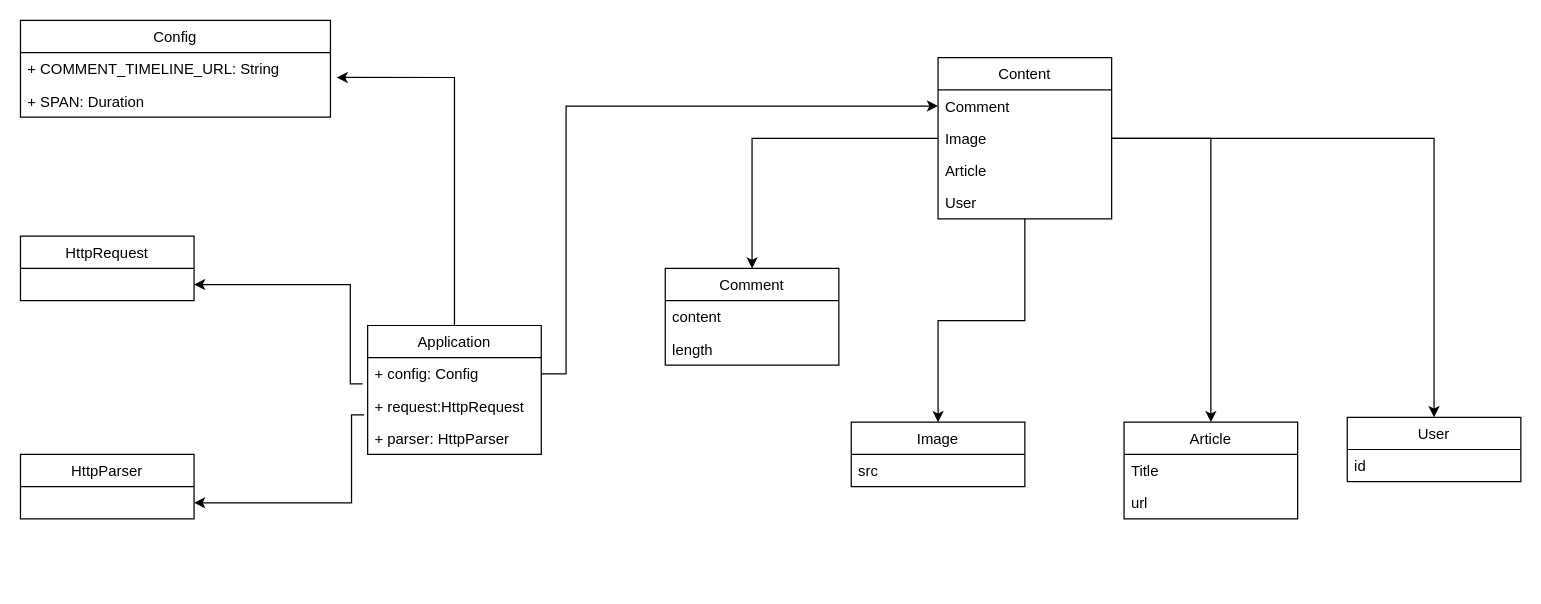
TOnodera/yahoo-timeline-cli keeps this draw.io diagram as docs/UML.drawio. Above is the earlier version. Source tidied: cells renumbered, new cells numbered last; positions are measured from the earlier drawing's top-left corner, leaving out a move shared by most shapes. Both pictures are drawn from the tidied source at 124%, with x=0, y=0 at pixel (20, 20).
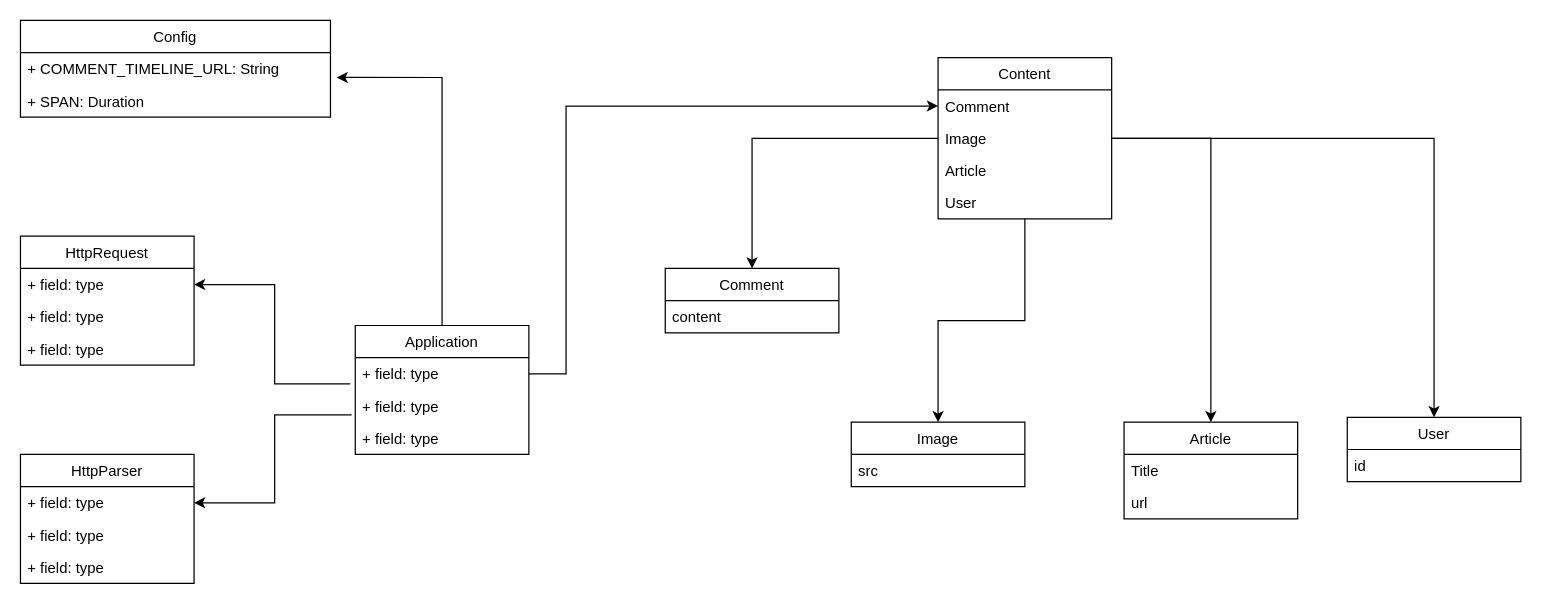
Above is the later version.

What changed in the source:
```diff
@@
     <mxCell id="2" value="HttpRequest" style="swimlane;fontStyle=0;horizontal=1;startSize=26;fillColor=none;" parent="1" vertex="1">
-      <mxGeometry y="174" width="140" height="52" as="geometry" />
+      <mxGeometry y="174" width="140" height="104" as="geometry" />
     </mxCell>
+    <mxCell id="34" value="+ field: type" style="text;strokeColor=none;fillColor=none;align=left;verticalAlign=top;spacingLeft=4;spacingRight=4;overflow=hidden;points=[[0,0.5],[1,0.5]];portConstraint=eastwest;" parent="2" vertex="1">
+      <mxGeometry y="26" width="140" height="26" as="geometry" />
+    </mxCell>
+    <mxCell id="35" value="+ field: type" style="text;strokeColor=none;fillColor=none;align=left;verticalAlign=top;spacingLeft=4;spacingRight=4;overflow=hidden;" parent="2" vertex="1">
+      <mxGeometry y="52" width="140" height="26" as="geometry" />
+    </mxCell>
+    <mxCell id="36" value="+ field: type" style="text;strokeColor=none;fillColor=none;align=left;verticalAlign=top;spacingLeft=4;spacingRight=4;overflow=hidden;" parent="2" vertex="1">
+      <mxGeometry y="78" width="140" height="26" as="geometry" />
+    </mxCell>
     <mxCell id="3" value="HttpParser" style="swimlane;fontStyle=0;horizontal=1;startSize=26;fillColor=none;" parent="1" vertex="1">
-      <mxGeometry y="350" width="140" height="52" as="geometry" />
+      <mxGeometry y="350" width="140" height="104" as="geometry" />
     </mxCell>
+    <mxCell id="37" value="+ field: type" style="text;strokeColor=none;fillColor=none;align=left;verticalAlign=top;spacingLeft=4;spacingRight=4;overflow=hidden;points=[[0,0.5],[1,0.5]];portConstraint=eastwest;" parent="3" vertex="1">
+      <mxGeometry y="26" width="140" height="26" as="geometry" />
+    </mxCell>
+    <mxCell id="38" value="+ field: type" style="text;strokeColor=none;fillColor=none;align=left;verticalAlign=top;spacingLeft=4;spacingRight=4;overflow=hidden;" parent="3" vertex="1">
+      <mxGeometry y="52" width="140" height="26" as="geometry" />
+    </mxCell>
+    <mxCell id="39" value="+ field: type" style="text;strokeColor=none;fillColor=none;align=left;verticalAlign=top;spacingLeft=4;spacingRight=4;overflow=hidden;" parent="3" vertex="1">
+      <mxGeometry y="78" width="140" height="26" as="geometry" />
+    </mxCell>
@@
     <mxCell id="18" value="Comment" style="swimlane;fontStyle=0;horizontal=1;startSize=26;fillColor=none;" parent="1" vertex="1">
-      <mxGeometry x="520" y="200" width="140" height="78" as="geometry" />
+      <mxGeometry x="520" y="200" width="140" height="52" as="geometry" />
     </mxCell>
@@
-    <mxCell id="20" value="length" style="text;strokeColor=none;fillColor=none;align=left;verticalAlign=top;spacingLeft=4;spacingRight=4;overflow=hidden;" parent="18" vertex="1">
-      <mxGeometry y="52" width="140" height="26" as="geometry" />
-    </mxCell>
@@
     <mxCell id="26" value="Application" style="swimlane;fontStyle=0;horizontal=1;startSize=26;fillColor=none;" parent="1" vertex="1">
-      <mxGeometry x="280" y="246" width="140" height="104" as="geometry" />
+      <mxGeometry x="270" y="246" width="140" height="104" as="geometry" />
     </mxCell>
-    <mxCell id="27" value="+ config: Config" style="text;strokeColor=none;fillColor=none;align=left;verticalAlign=top;spacingLeft=4;spacingRight=4;overflow=hidden;points=[[0,0.5],[1,0.5]];portConstraint=eastwest;" parent="26" vertex="1">
+    <mxCell id="27" value="+ field: type" style="text;strokeColor=none;fillColor=none;align=left;verticalAlign=top;spacingLeft=4;spacingRight=4;overflow=hidden;points=[[0,0.5],[1,0.5]];portConstraint=eastwest;" parent="26" vertex="1">
       <mxGeometry y="26" width="140" height="26" as="geometry" />
     </mxCell>
-    <mxCell id="28" value="+ request:HttpRequest" style="text;strokeColor=none;fillColor=none;align=left;verticalAlign=top;spacingLeft=4;spacingRight=4;overflow=hidden;points=[[0,0.5],[1,0.5]];portConstraint=eastwest;" parent="26" vertex="1">
+    <mxCell id="28" value="+ field: type" style="text;strokeColor=none;fillColor=none;align=left;verticalAlign=top;spacingLeft=4;spacingRight=4;overflow=hidden;points=[[0,0.5],[1,0.5]];portConstraint=eastwest;" parent="26" vertex="1">
       <mxGeometry y="52" width="140" height="26" as="geometry" />
     </mxCell>
-    <mxCell id="29" value="+ parser: HttpParser" style="text;strokeColor=none;fillColor=none;align=left;verticalAlign=top;spacingLeft=4;spacingRight=4;overflow=hidden;" parent="26" vertex="1">
-      <mxGeometry y="78" width="140" height="26" as="geometry" />
-    </mxCell>
+    <mxCell id="40" value="+ field: type" style="text;strokeColor=none;fillColor=none;align=left;verticalAlign=top;spacingLeft=4;spacingRight=4;overflow=hidden;" parent="26" vertex="1">
+      <mxGeometry y="78" width="140" height="26" as="geometry" />
+    </mxCell>
@@
-    <mxCell id="31" style="edgeStyle=orthogonalEdgeStyle;rounded=0;jettySize=auto;html=1;exitX=-0.029;exitY=0.808;exitDx=0;exitDy=0;entryX=1;entryY=0.5;entryDx=0;entryDy=0;exitPerimeter=0;" parent="1" edge="1" source="27">
-      <mxGeometry relative="1" as="geometry">
-        <mxPoint x="140" y="213" as="targetPoint" />
-        <Array as="points">
-          <mxPoint x="266" y="213" />
-        </Array>
-      </mxGeometry>
+    <mxCell id="31" style="edgeStyle=orthogonalEdgeStyle;rounded=0;jettySize=auto;html=1;exitX=-0.029;exitY=0.808;exitDx=0;exitDy=0;entryX=1;entryY=0.5;entryDx=0;entryDy=0;exitPerimeter=0;" parent="1" edge="1" source="27" target="34">
+      <mxGeometry relative="1" as="geometry" />
     </mxCell>
-    <mxCell id="32" style="edgeStyle=orthogonalEdgeStyle;rounded=0;jettySize=auto;html=1;exitX=-0.021;exitY=0.769;exitDx=0;exitDy=0;entryX=1;entryY=0.5;entryDx=0;entryDy=0;exitPerimeter=0;" parent="1" edge="1" source="28">
-      <mxGeometry relative="1" as="geometry">
-        <mxPoint x="140" y="389" as="targetPoint" />
-        <Array as="points">
-          <mxPoint x="267" y="389" />
-        </Array>
-      </mxGeometry>
+    <mxCell id="32" style="edgeStyle=orthogonalEdgeStyle;rounded=0;jettySize=auto;html=1;exitX=-0.021;exitY=0.769;exitDx=0;exitDy=0;entryX=1;entryY=0.5;entryDx=0;entryDy=0;exitPerimeter=0;" parent="1" edge="1" source="28" target="37">
+      <mxGeometry relative="1" as="geometry" />
     </mxCell>
```
